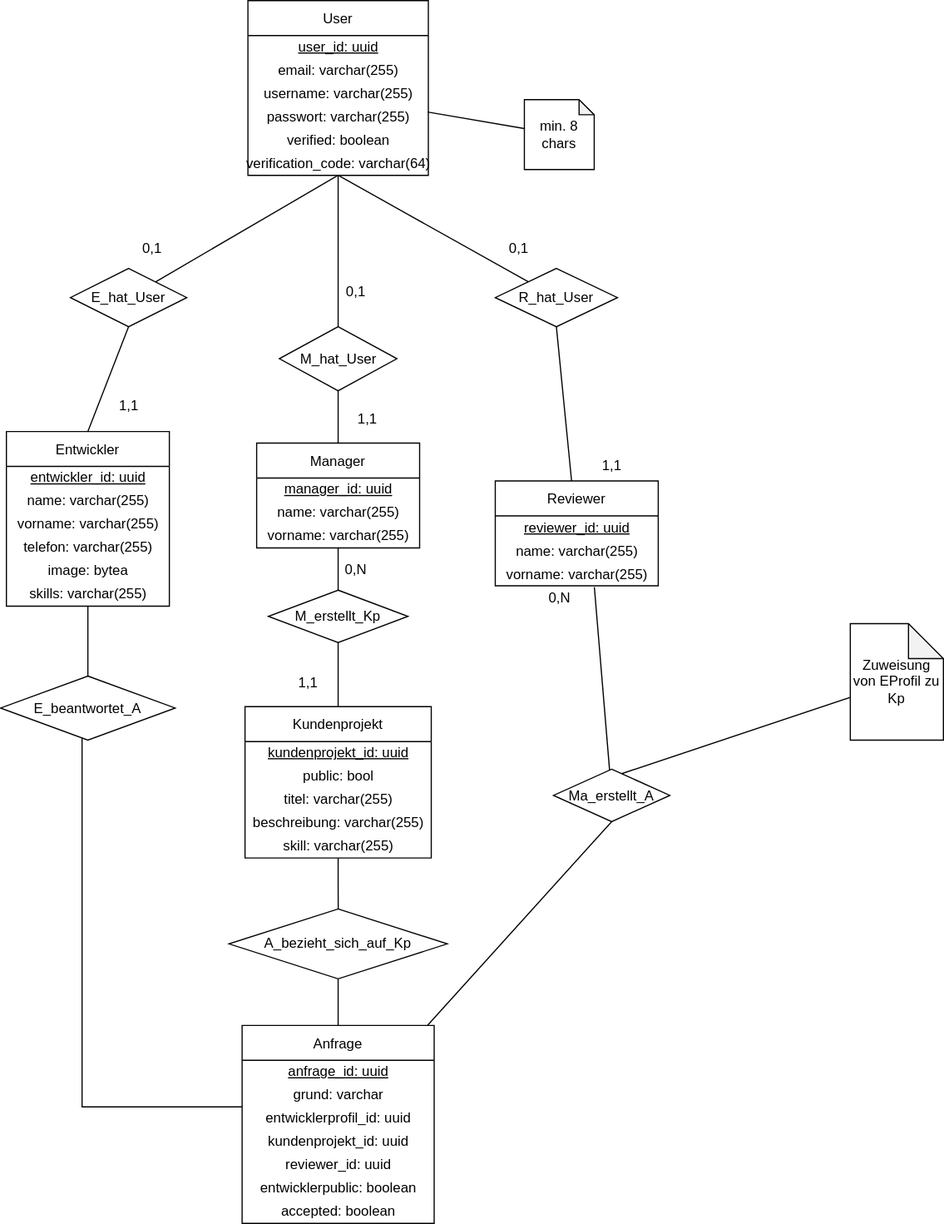
This is docs/diagram/ERDiagramm-Semantisch.svg from TomKeppeler/WRAM, a draw.io export, as it was before one commit. Source tidied: cells renumbered, new cells last; positions are measured from the earlier drawing's top-left corner, leaving out a move shared by most shapes.
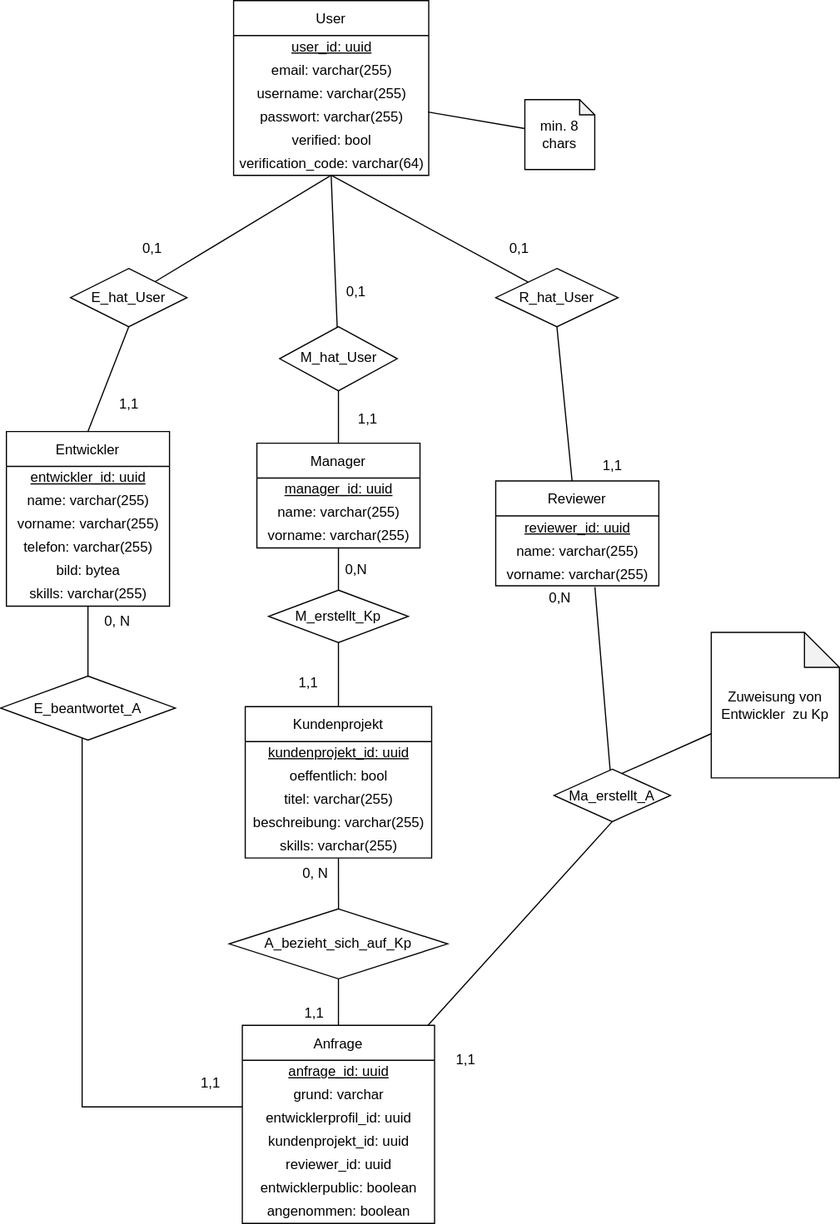
Above is the later version.

Commit message:
update ER-Diagramm semantisch

Diff of the diagram source:
```diff
@@ -11,7 +11,7 @@
     <mxCell id="4" value="&lt;u&gt;kundenprojekt_id: uuid&lt;/u&gt;" style="text;html=1;align=center;verticalAlign=middle;strokeColor=none;fillColor=none;" parent="3" vertex="1">
       <mxGeometry y="30" width="160" height="20" as="geometry" />
     </mxCell>
-    <mxCell id="5" value="public: bool" style="text;html=1;align=center;verticalAlign=middle;strokeColor=none;fillColor=none;" parent="3" vertex="1">
+    <mxCell id="5" value="oeffentlich: bool" style="text;html=1;align=center;verticalAlign=middle;strokeColor=none;fillColor=none;" parent="3" vertex="1">
       <mxGeometry y="50" width="160" height="20" as="geometry" />
     </mxCell>
     <mxCell id="6" value="titel: varchar(255)" style="text;html=1;align=center;verticalAlign=middle;strokeColor=none;fillColor=none;" parent="3" vertex="1">
@@ -20,7 +20,7 @@
     <mxCell id="7" value="beschreibung: varchar(255)" style="text;html=1;align=center;verticalAlign=middle;strokeColor=none;fillColor=none;" parent="3" vertex="1">
       <mxGeometry y="90" width="160" height="20" as="geometry" />
     </mxCell>
-    <mxCell id="8" value="skill: varchar(255)" style="text;html=1;align=center;verticalAlign=middle;strokeColor=none;fillColor=none;" parent="3" vertex="1">
+    <mxCell id="8" value="skills: varchar(255)" style="text;html=1;align=center;verticalAlign=middle;strokeColor=none;fillColor=none;" parent="3" vertex="1">
       <mxGeometry y="110" width="160" height="20" as="geometry" />
     </mxCell>
     <mxCell id="9" style="edgeStyle=none;html=1;entryX=0.5;entryY=1;entryDx=0;entryDy=0;endArrow=none;endFill=0;exitX=0.5;exitY=0;exitDx=0;exitDy=0;" parent="1" edge="1" source="11" target="30">
@@ -44,7 +44,7 @@
     <mxCell id="15" value="telefon: varchar(255)" style="text;html=1;align=center;verticalAlign=middle;strokeColor=none;fillColor=none;" parent="11" vertex="1">
       <mxGeometry y="90" width="140" height="20" as="geometry" />
     </mxCell>
-    <mxCell id="16" value="image: bytea" style="text;html=1;align=center;verticalAlign=middle;strokeColor=none;fillColor=none;" parent="11" vertex="1">
+    <mxCell id="16" value="bild: bytea" style="text;html=1;align=center;verticalAlign=middle;strokeColor=none;fillColor=none;" parent="11" vertex="1">
       <mxGeometry y="110" width="140" height="20" as="geometry" />
     </mxCell>
     <mxCell id="17" value="skills: varchar(255)" style="text;html=1;align=center;verticalAlign=middle;strokeColor=none;fillColor=none;" parent="11" vertex="1">
@@ -102,25 +102,25 @@
       <mxGeometry x="425" y="230" width="105" height="50" as="geometry" />
     </mxCell>
     <mxCell id="35" value="User" style="swimlane;fontStyle=0;horizontal=1;startSize=30;" parent="1" vertex="1">
-      <mxGeometry x="212.5" width="155" height="150" as="geometry" />
+      <mxGeometry x="200" width="167.5" height="150" as="geometry" />
     </mxCell>
     <mxCell id="36" value="&lt;u&gt;user_id: uuid&lt;/u&gt;" style="text;html=1;align=center;verticalAlign=middle;strokeColor=none;fillColor=none;" parent="35" vertex="1">
-      <mxGeometry y="30" width="155" height="20" as="geometry" />
+      <mxGeometry y="30" width="167.5" height="20" as="geometry" />
     </mxCell>
     <mxCell id="37" value="email: varchar(255)" style="text;html=1;align=center;verticalAlign=middle;strokeColor=none;fillColor=none;" parent="35" vertex="1">
-      <mxGeometry y="50" width="155" height="20" as="geometry" />
+      <mxGeometry y="50" width="167.5" height="20" as="geometry" />
     </mxCell>
     <mxCell id="38" value="username: varchar(255)&lt;span style=&quot;color: rgba(0 , 0 , 0 , 0) ; font-family: monospace ; font-size: 0px&quot;&gt;3CmxGraphModel%3E%3Croot%3E%3CmxCell%20id%3D%220%22%2F%3E%3CmxCell%20id%3D%221%22%20parent%3D%220%22%2F%3E%3CmxCell%20id%3D%222%22%20value%3D%22%26lt%3Bu%26gt%3Buser_id%3A%20uuid%26lt%3B%2Fu%26gt%3B%22%20style%3D%22text%3Bhtml%3D1%3Balign%3Dcenter%3BverticalAlign%3Dmiddle%3Bresizable%3D0%3Bpoints%3D%5B%5D%3Bautosize%3D1%3BstrokeColor%3Dnone%3BfillColor%3Dnone%3B%22%20vertex%3D%221%22%20parent%3D%221%22%3E%3CmxGeometry%20x%3D%22360%22%20y%3D%22130%22%20width%3D%22140%22%20height%3D%2220%22%20as%3D%22geometry%22%2F%3E%3C%2FmxCell%3E%3C%2Froot%3E%3C%2FmxGraphModel%3E&lt;/span&gt;" style="text;html=1;align=center;verticalAlign=middle;strokeColor=none;fillColor=none;" parent="35" vertex="1">
-      <mxGeometry y="70" width="155" height="20" as="geometry" />
+      <mxGeometry y="70" width="167.5" height="20" as="geometry" />
     </mxCell>
     <mxCell id="39" value="passwort: varchar(255)" style="text;html=1;align=center;verticalAlign=middle;points=[];strokeColor=none;fillColor=none;" parent="35" vertex="1">
-      <mxGeometry y="90" width="155" height="20" as="geometry" />
+      <mxGeometry y="90" width="167.5" height="20" as="geometry" />
     </mxCell>
-    <mxCell id="40" value="verified: boolean" style="text;html=1;align=center;verticalAlign=middle;strokeColor=none;fillColor=none;" parent="35" vertex="1">
-      <mxGeometry y="110" width="155" height="20" as="geometry" />
+    <mxCell id="40" value="verified: bool" style="text;html=1;align=center;verticalAlign=middle;strokeColor=none;fillColor=none;" parent="35" vertex="1">
+      <mxGeometry y="110" width="167.5" height="20" as="geometry" />
     </mxCell>
     <mxCell id="41" value="verification_code: varchar(64)" style="text;html=1;align=center;verticalAlign=middle;strokeColor=none;fillColor=none;" parent="35" vertex="1">
-      <mxGeometry y="130" width="155" height="20" as="geometry" />
+      <mxGeometry y="130" width="167.5" height="20" as="geometry" />
     </mxCell>
     <mxCell id="42" style="html=1;endArrow=none;endFill=0;edgeStyle=orthogonalEdgeStyle;" parent="1" edge="1" source="43" target="3">
       <mxGeometry relative="1" as="geometry" />
@@ -137,8 +137,8 @@
     <mxCell id="46" style="html=1;entryX=0.565;entryY=0.1;entryDx=0;entryDy=0;endArrow=none;endFill=0;entryPerimeter=0;" parent="1" edge="1" source="47" target="60">
       <mxGeometry relative="1" as="geometry" />
     </mxCell>
-    <mxCell id="47" value="Zuweisung von EProfil zu Kp" style="shape=note;whiteSpace=wrap;html=1;backgroundOutline=1;darkOpacity=0.05;" parent="1" vertex="1">
-      <mxGeometry x="730" y="535" width="80" height="100" as="geometry" />
+    <mxCell id="47" value="Zuweisung von Entwickler&amp;nbsp; zu Kp" style="shape=note;whiteSpace=wrap;html=1;backgroundOutline=1;darkOpacity=0.05;" parent="1" vertex="1">
+      <mxGeometry x="610" y="542.5" width="110" height="125" as="geometry" />
     </mxCell>
     <mxCell id="48" style="edgeStyle=none;html=1;entryX=0.996;entryY=0.283;entryDx=0;entryDy=0;entryPerimeter=0;endArrow=none;endFill=0;" parent="1" edge="1" source="49" target="39">
       <mxGeometry relative="1" as="geometry" />
@@ -167,7 +167,7 @@
     <mxCell id="56" value="entwicklerpublic: boolean" style="text;html=1;align=center;verticalAlign=middle;strokeColor=none;fillColor=none;" parent="50" vertex="1">
       <mxGeometry y="130" width="165" height="20" as="geometry" />
     </mxCell>
-    <mxCell id="57" value="accepted: boolean" style="text;html=1;align=center;verticalAlign=middle;strokeColor=none;fillColor=none;" parent="50" vertex="1">
+    <mxCell id="57" value="angenommen: boolean" style="text;html=1;align=center;verticalAlign=middle;strokeColor=none;fillColor=none;" parent="50" vertex="1">
       <mxGeometry y="150" width="165" height="20" as="geometry" />
     </mxCell>
     <mxCell id="58" style="edgeStyle=none;html=1;entryX=0.608;entryY=1.058;entryDx=0;entryDy=0;endArrow=none;endFill=0;entryPerimeter=0;" parent="1" edge="1" source="60" target="28">
@@ -216,5 +216,20 @@
     <mxCell id="71" value="A_bezieht_sich_auf_Kp" style="rhombus;whiteSpace=wrap;html=1;fontStyle=0;startSize=30;" parent="1" vertex="1">
       <mxGeometry x="196.2" y="780" width="187.5" height="60" as="geometry" />
     </mxCell>
+    <mxCell id="72" value="0, N" style="text;html=1;align=center;verticalAlign=middle;strokeColor=none;fillColor=none;" parent="1" vertex="1">
+      <mxGeometry x="250" y="740" width="40" height="20" as="geometry" />
+    </mxCell>
+    <mxCell id="73" value="1,1" style="text;html=1;align=center;verticalAlign=middle;strokeColor=none;fillColor=none;" parent="1" vertex="1">
+      <mxGeometry x="254" y="860" width="30" height="20" as="geometry" />
+    </mxCell>
+    <mxCell id="74" value="0, N" style="text;html=1;align=center;verticalAlign=middle;strokeColor=none;fillColor=none;" parent="1" vertex="1">
+      <mxGeometry x="80" y="522.5" width="40" height="20" as="geometry" />
+    </mxCell>
+    <mxCell id="75" value="1,1" style="text;html=1;align=center;verticalAlign=middle;strokeColor=none;fillColor=none;" parent="1" vertex="1">
+      <mxGeometry x="165" y="920" width="30" height="20" as="geometry" />
+    </mxCell>
+    <mxCell id="76" value="1,1" style="text;html=1;align=center;verticalAlign=middle;strokeColor=none;fillColor=none;" parent="1" vertex="1">
+      <mxGeometry x="383.8" y="900" width="30" height="20" as="geometry" />
+    </mxCell>
   </root>
 </mxGraphModel>
```
